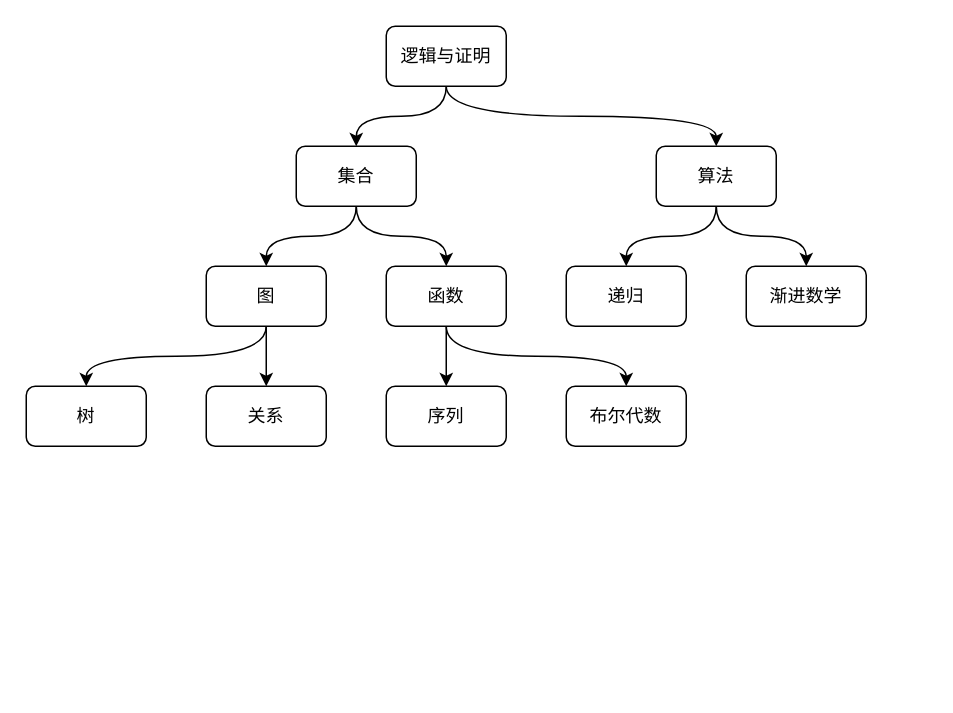
This is 书籍/基础篇/知识点关系图.drawio from JouderMin/New_Age_Computer_Science_Project, a draw.io file, before an edit. Source tidied: cells renumbered, new cells numbered last; positions are measured from the earlier drawing's top-left corner, leaving out a move shared by most shapes. Both pictures are drawn from the tidied source at 150%, with x=0, y=0 at pixel (26, 26).
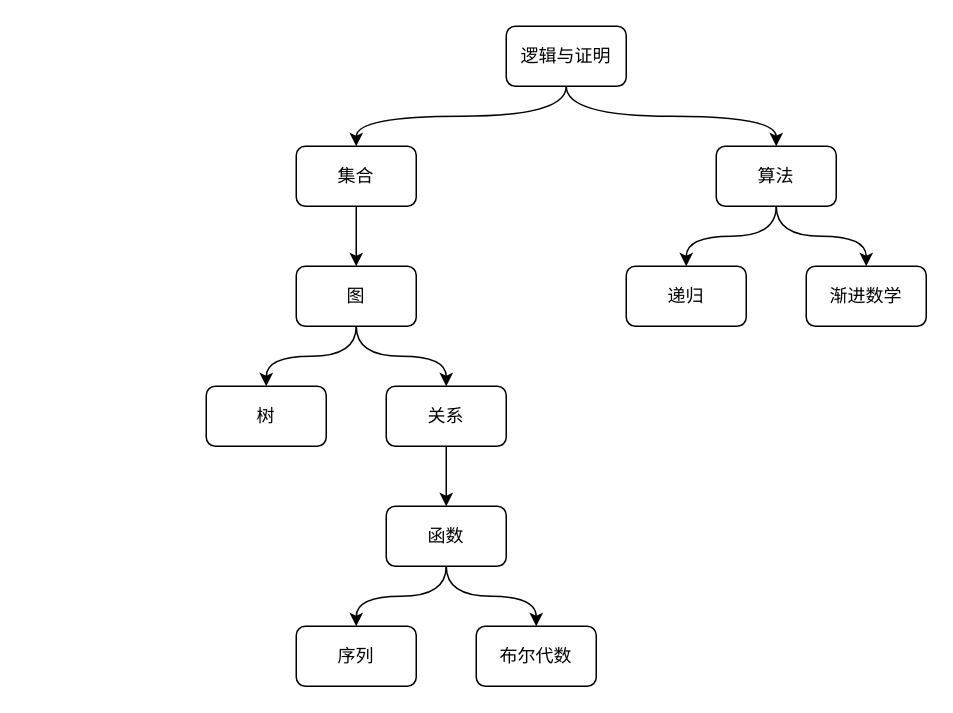
The same diagram, later.

The change refers to these unchanged cells:
```xml
<mxCell id="6" value="集合" style="rounded=1;whiteSpace=wrap;html=1;" parent="1" vertex="1">
  <mxGeometry x="180" y="80" width="80" height="40" as="geometry" />
</mxCell>
```

Diff of the diagram source:
```diff
@@
-    <mxCell id="2" style="edgeStyle=none;html=1;entryX=0.5;entryY=0;entryDx=0;entryDy=0;rounded=1;curved=1;" parent="1" edge="1" target="16">
-      <mxGeometry relative="1" as="geometry">
-        <mxPoint x="280" y="40" as="sourcePoint" />
-        <Array as="points">
-          <mxPoint x="280" y="60" />
-          <mxPoint x="460" y="60" />
-        </Array>
-      </mxGeometry>
-    </mxCell>
+    <mxCell id="12" style="edgeStyle=none;curved=1;rounded=1;html=1;exitX=0.5;exitY=1;exitDx=0;exitDy=0;entryX=0.5;entryY=0;entryDx=0;entryDy=0;" parent="1" edge="1" source="3" target="6">
+      <mxGeometry relative="1" as="geometry">
+        <Array as="points">
+          <mxPoint x="360" y="60" />
+          <mxPoint x="220" y="60" />
+        </Array>
+      </mxGeometry>
+    </mxCell>
+    <mxCell id="23" style="edgeStyle=none;curved=1;rounded=1;html=1;exitX=0.5;exitY=1;exitDx=0;exitDy=0;entryX=0.5;entryY=0;entryDx=0;entryDy=0;" parent="1" edge="1" source="3" target="16">
+      <mxGeometry relative="1" as="geometry">
+        <Array as="points">
+          <mxPoint x="360" y="60" />
+          <mxPoint x="500" y="60" />
+        </Array>
+      </mxGeometry>
+    </mxCell>
     <mxCell id="3" value="逻辑与证明" style="rounded=1;whiteSpace=wrap;html=1;" parent="1" vertex="1">
-      <mxGeometry x="240" width="80" height="40" as="geometry" />
+      <mxGeometry x="320" width="80" height="40" as="geometry" />
     </mxCell>
     <mxCell id="4" style="edgeStyle=none;html=1;exitX=0.5;exitY=1;exitDx=0;exitDy=0;entryX=0.5;entryY=0;entryDx=0;entryDy=0;rounded=1;curved=1;" parent="1" edge="1" source="6" target="9">
       <mxGeometry relative="1" as="geometry">
         <Array as="points">
           <mxPoint x="220" y="140" />
-          <mxPoint x="160" y="140" />
         </Array>
       </mxGeometry>
     </mxCell>
-    <mxCell id="5" style="edgeStyle=none;html=1;exitX=0.5;exitY=1;exitDx=0;exitDy=0;entryX=0.5;entryY=0;entryDx=0;entryDy=0;rounded=1;curved=1;" parent="1" edge="1" source="6" target="20">
-      <mxGeometry relative="1" as="geometry">
-        <Array as="points">
-          <mxPoint x="220" y="140" />
-          <mxPoint x="280" y="140" />
-        </Array>
-      </mxGeometry>
-    </mxCell>
@@
     <mxCell id="7" style="edgeStyle=none;html=1;exitX=0.5;exitY=1;exitDx=0;exitDy=0;entryX=0.5;entryY=0;entryDx=0;entryDy=0;rounded=1;curved=1;" parent="1" edge="1" source="9" target="11">
       <mxGeometry relative="1" as="geometry">
         <Array as="points">
-          <mxPoint x="160" y="220" />
+          <mxPoint x="220" y="220" />
+          <mxPoint x="280" y="220" />
         </Array>
       </mxGeometry>
     </mxCell>
     <mxCell id="8" style="edgeStyle=none;rounded=1;html=1;exitX=0.5;exitY=1;exitDx=0;exitDy=0;entryX=0.5;entryY=0;entryDx=0;entryDy=0;curved=1;" parent="1" edge="1" source="9" target="10">
       <mxGeometry relative="1" as="geometry">
         <Array as="points">
+          <mxPoint x="220" y="220" />
           <mxPoint x="160" y="220" />
-          <mxPoint x="40" y="220" />
         </Array>
       </mxGeometry>
     </mxCell>
     <mxCell id="9" value="图" style="rounded=1;whiteSpace=wrap;html=1;" parent="1" vertex="1">
-      <mxGeometry x="120" y="160" width="80" height="40" as="geometry" />
+      <mxGeometry x="180" y="160" width="80" height="40" as="geometry" />
     </mxCell>
     <mxCell id="10" value="树" style="rounded=1;whiteSpace=wrap;html=1;" parent="1" vertex="1">
-      <mxGeometry y="240" width="80" height="40" as="geometry" />
+      <mxGeometry x="120" y="240" width="80" height="40" as="geometry" />
     </mxCell>
+    <mxCell id="24" style="edgeStyle=none;html=1;exitX=0.5;exitY=1;exitDx=0;exitDy=0;entryX=0.5;entryY=0;entryDx=0;entryDy=0;curved=1;" parent="1" edge="1" source="11" target="20">
+      <mxGeometry relative="1" as="geometry" />
+    </mxCell>
     <mxCell id="11" value="关系" style="rounded=1;whiteSpace=wrap;html=1;" parent="1" vertex="1">
-      <mxGeometry x="120" y="240" width="80" height="40" as="geometry" />
+      <mxGeometry x="240" y="240" width="80" height="40" as="geometry" />
     </mxCell>
-    <mxCell id="12" style="edgeStyle=none;html=1;entryX=0.5;entryY=0;entryDx=0;entryDy=0;rounded=1;exitX=0.5;exitY=1;exitDx=0;exitDy=0;curved=1;" parent="1" edge="1" source="3" target="6">
-      <mxGeometry relative="1" as="geometry">
-        <Array as="points">
-          <mxPoint x="280" y="60" />
-          <mxPoint x="220" y="60" />
-        </Array>
-      </mxGeometry>
-    </mxCell>
     <mxCell id="13" value="布尔代数" style="rounded=1;whiteSpace=wrap;html=1;" parent="1" vertex="1">
-      <mxGeometry x="360" y="240" width="80" height="40" as="geometry" />
+      <mxGeometry x="300" y="400" width="80" height="40" as="geometry" />
     </mxCell>
     <mxCell id="14" style="edgeStyle=none;html=1;exitX=0.5;exitY=1;exitDx=0;exitDy=0;entryX=0.5;entryY=0;entryDx=0;entryDy=0;rounded=1;curved=1;" parent="1" edge="1" source="16" target="17">
       <mxGeometry relative="1" as="geometry">
         <Array as="points">
-          <mxPoint x="460" y="140" />
-          <mxPoint x="400" y="140" />
+          <mxPoint x="500" y="140" />
+          <mxPoint x="440" y="140" />
         </Array>
       </mxGeometry>
     </mxCell>
     <mxCell id="15" style="edgeStyle=none;html=1;exitX=0.5;exitY=1;exitDx=0;exitDy=0;entryX=0.5;entryY=0;entryDx=0;entryDy=0;rounded=1;curved=1;" parent="1" edge="1" source="16" target="22">
       <mxGeometry relative="1" as="geometry">
         <Array as="points">
-          <mxPoint x="460" y="140" />
-          <mxPoint x="520" y="140" />
+          <mxPoint x="500" y="140" />
+          <mxPoint x="560" y="140" />
         </Array>
       </mxGeometry>
     </mxCell>
     <mxCell id="16" value="算法" style="rounded=1;whiteSpace=wrap;html=1;" parent="1" vertex="1">
-      <mxGeometry x="420" y="80" width="80" height="40" as="geometry" />
+      <mxGeometry x="460" y="80" width="80" height="40" as="geometry" />
     </mxCell>
     <mxCell id="17" value="递归" style="rounded=1;whiteSpace=wrap;html=1;" parent="1" vertex="1">
-      <mxGeometry x="360" y="160" width="80" height="40" as="geometry" />
+      <mxGeometry x="400" y="160" width="80" height="40" as="geometry" />
     </mxCell>
-    <mxCell id="18" style="edgeStyle=none;html=1;exitX=0.5;exitY=1;exitDx=0;exitDy=0;rounded=1;curved=1;" parent="1" edge="1" source="20" target="21">
-      <mxGeometry relative="1" as="geometry" />
+    <mxCell id="18" style="edgeStyle=none;html=1;exitX=0.5;exitY=1;exitDx=0;exitDy=0;entryX=0.5;entryY=0;entryDx=0;entryDy=0;curved=1;" parent="1" edge="1" source="20" target="21">
+      <mxGeometry relative="1" as="geometry">
+        <Array as="points">
+          <mxPoint x="280" y="380" />
+          <mxPoint x="220" y="380" />
+        </Array>
+      </mxGeometry>
     </mxCell>
-    <mxCell id="19" style="edgeStyle=none;html=1;exitX=0.5;exitY=1;exitDx=0;exitDy=0;entryX=0.5;entryY=0;entryDx=0;entryDy=0;curved=1;rounded=1;" parent="1" edge="1" source="20" target="13">
+    <mxCell id="19" style="edgeStyle=none;html=1;exitX=0.5;exitY=1;exitDx=0;exitDy=0;entryX=0.5;entryY=0;entryDx=0;entryDy=0;curved=1;" parent="1" edge="1" source="20" target="13">
       <mxGeometry relative="1" as="geometry">
         <Array as="points">
-          <mxPoint x="280" y="220" />
-          <mxPoint x="400" y="220" />
+          <mxPoint x="280" y="380" />
+          <mxPoint x="340" y="380" />
         </Array>
       </mxGeometry>
     </mxCell>
     <mxCell id="20" value="函数" style="rounded=1;whiteSpace=wrap;html=1;" parent="1" vertex="1">
-      <mxGeometry x="240" y="160" width="80" height="40" as="geometry" />
+      <mxGeometry x="240" y="320" width="80" height="40" as="geometry" />
     </mxCell>
     <mxCell id="21" value="序列" style="rounded=1;whiteSpace=wrap;html=1;" parent="1" vertex="1">
-      <mxGeometry x="240" y="240" width="80" height="40" as="geometry" />
+      <mxGeometry x="180" y="400" width="80" height="40" as="geometry" />
     </mxCell>
     <mxCell id="22" value="渐进数学" style="rounded=1;whiteSpace=wrap;html=1;" parent="1" vertex="1">
-      <mxGeometry x="480" y="160" width="80" height="40" as="geometry" />
+      <mxGeometry x="520" y="160" width="80" height="40" as="geometry" />
     </mxCell>
```
